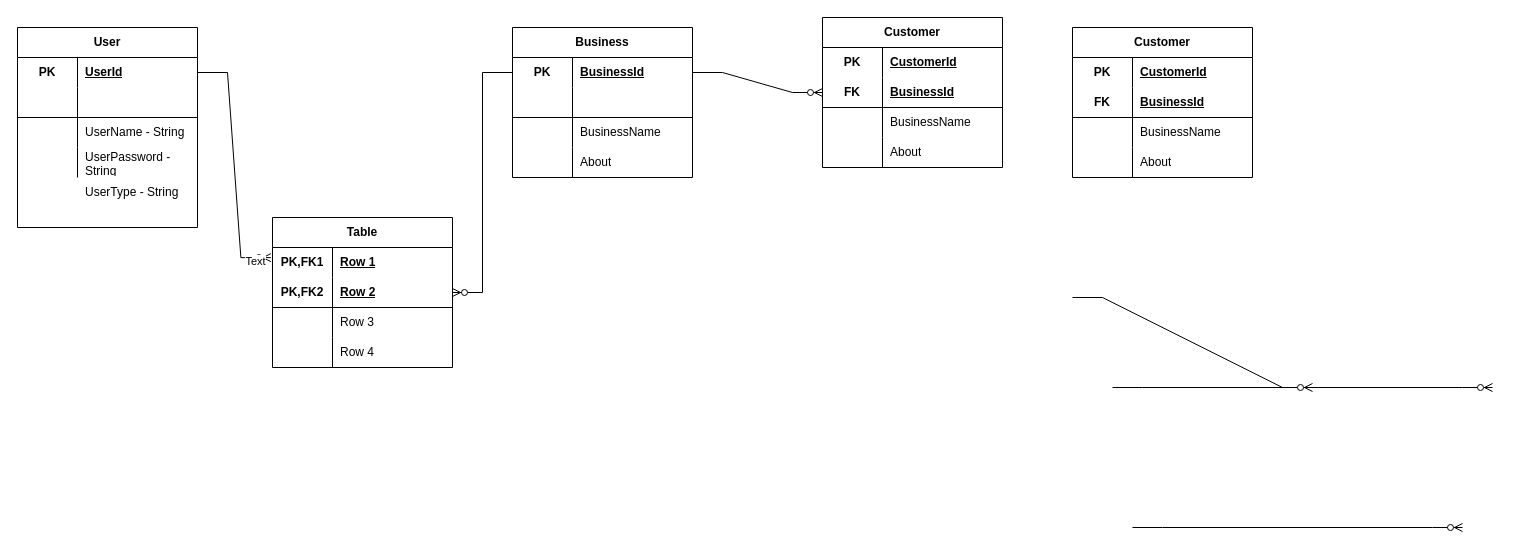
Earlier version of the draw.io diagram databaseDesign/Untitled Diagram.drawio (Han434/financeBest). Source tidied: cells renumbered, new cells numbered last; positions are measured from the earlier drawing's top-left corner, leaving out a move shared by most shapes. Both pictures are drawn from the tidied source at 100%, with x=0, y=0 at pixel (17, 17).
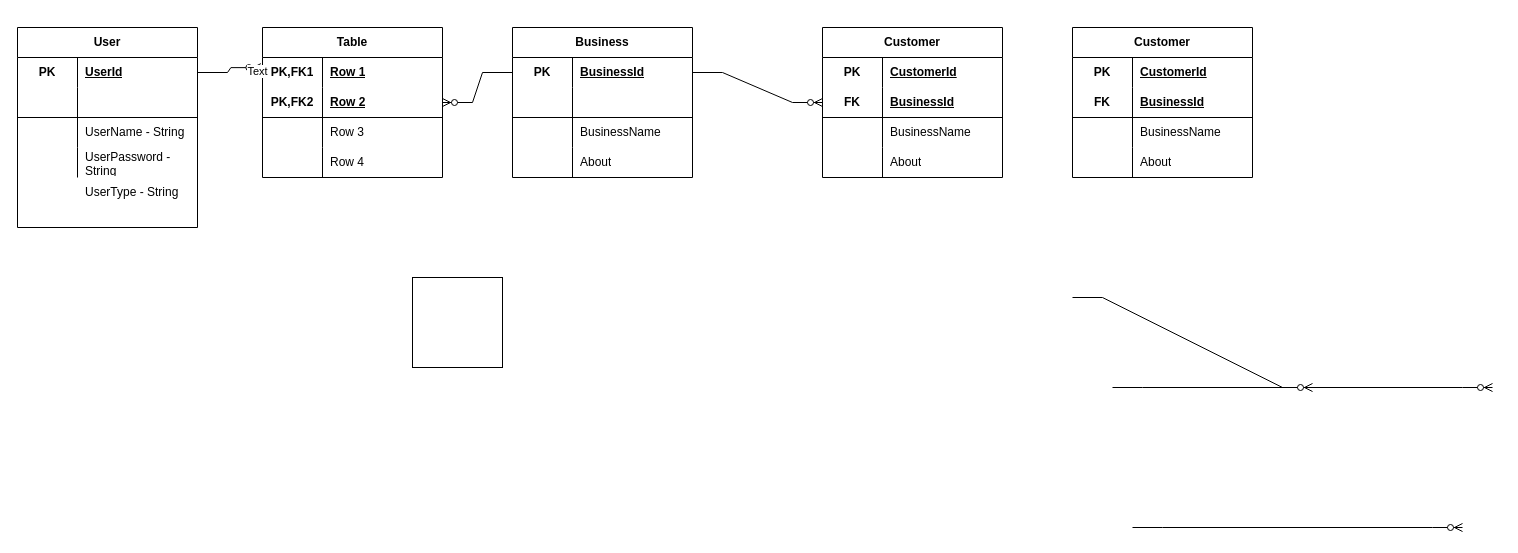
The same page after the edit.

Commit message (it also covers changes not shown here):
Testing diagram

Diagram test

Change to the diagram source:
```diff
@@
     <mxCell id="15" value="Table" style="shape=table;startSize=30;childLayout=tableLayout;rowLines=0;fontStyle=1;align=center;html=1;whiteSpace=wrap;" parent="1" vertex="1">
-      <mxGeometry x="255" y="200" width="180" height="150" as="geometry" />
+      <mxGeometry x="245" y="10" width="180" height="150" as="geometry" />
     </mxCell>
@@
     <mxCell id="45" value="Customer" style="shape=table;startSize=30;childLayout=tableLayout;rowLines=0;fontStyle=1;align=center;html=1;whiteSpace=wrap;" parent="1" vertex="1">
-      <mxGeometry x="805" width="180" height="150" as="geometry" />
+      <mxGeometry x="805" y="10" width="180" height="150" as="geometry" />
     </mxCell>
@@
+    <mxCell id="75" style="whiteSpace=wrap;html=1;" parent="1" vertex="1">
+      <mxGeometry x="395" y="260" width="90" height="90" as="geometry" />
+    </mxCell>
```
